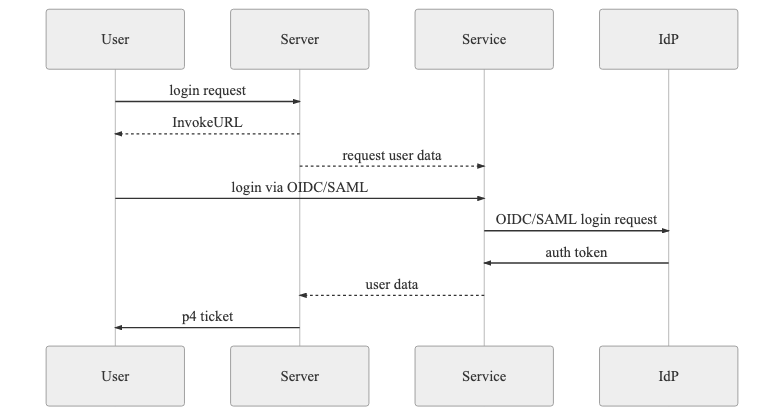
Earlier version of the Mermaid export docs/sequence_diagram.png (perforce/helix-authentication-service). Its source is kept beside it as docs/sequence_diagram.mmd. Its diagram source:
```mermaid
sequenceDiagram
User->>Server: login request
Server-->>User: InvokeURL
Server-->>Service: request user data
User->>Service: login via OIDC/SAML
Service->>IdP: OIDC/SAML login request
IdP->>Service: auth token
Service-->>Server: user data
Server->>User: p4 ticket
```
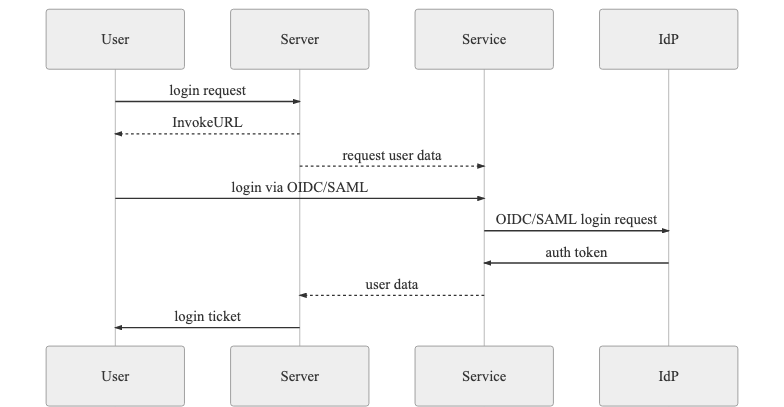
Later version of the same file.

Commit message:
doc: replace "p4" with "login" in sequence diagram

The edit, as a diff of the source:
```diff
@@ -6,4 +6,4 @@
 Service->>IdP: OIDC/SAML login request
 IdP->>Service: auth token
 Service-->>Server: user data
-Server->>User: p4 ticket
+Server->>User: login ticket
```
